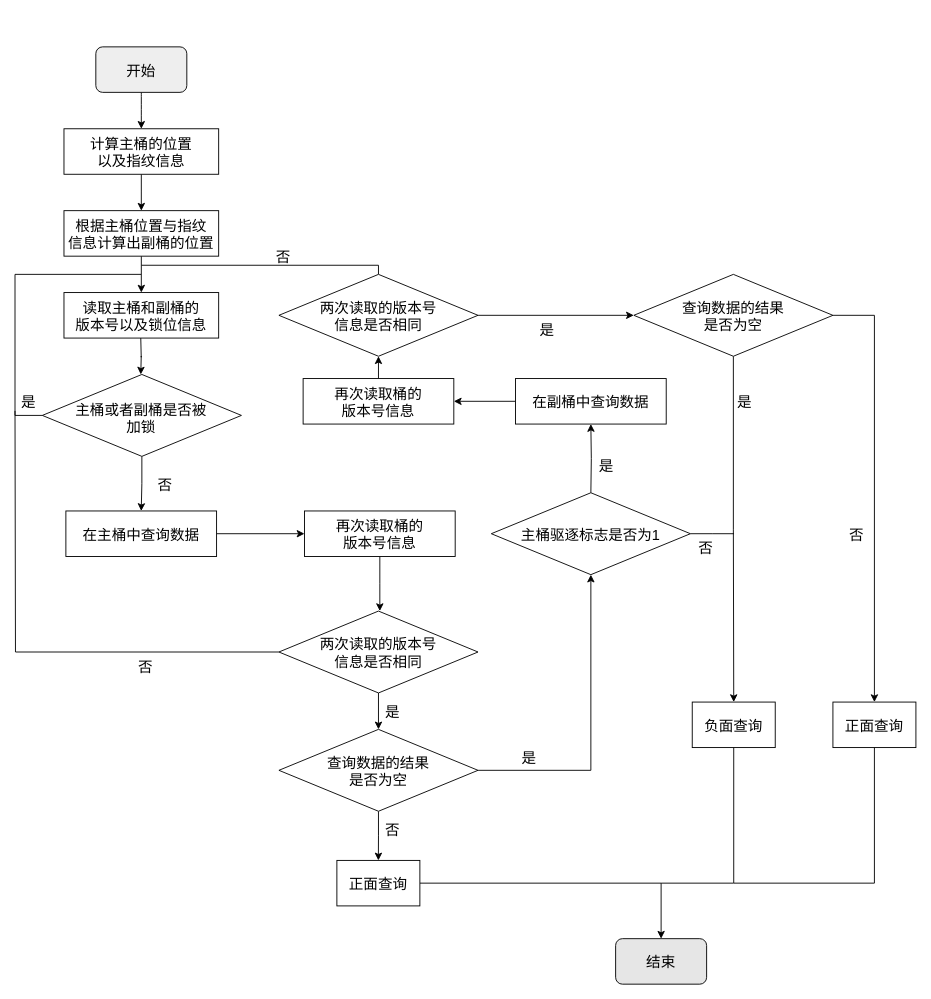
Earlier version of the draw.io diagram page "读取操作流程图" (15 of 25) of 毕业论文.drawio (HustDsy/Picture). Source tidied: cells renumbered, new cells numbered last; positions are measured from the earlier drawing's top-left corner, leaving out a move shared by most shapes. Both pictures are drawn from the tidied source at 91%, with x=0, y=0 at pixel (15, 46).
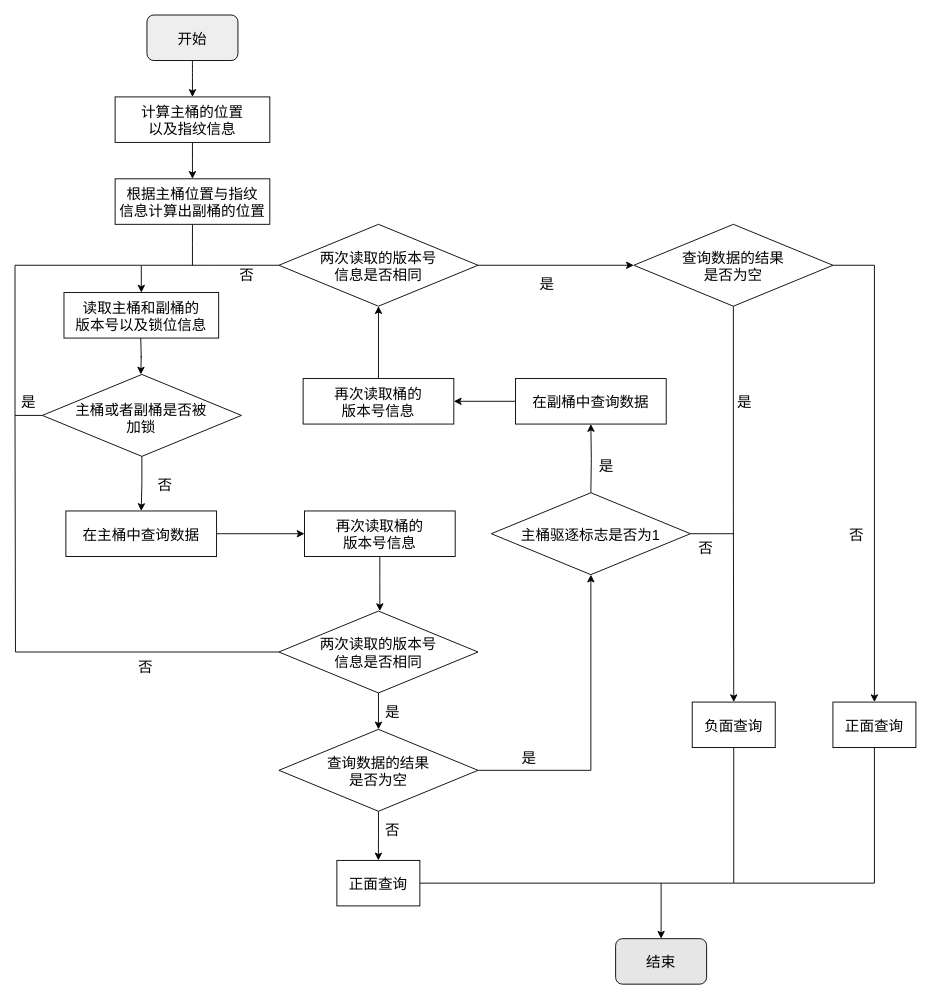
Above is the later version.

Unchanged cells that the change refers to:
```xml
<mxCell id="8" value="读取主桶和副桶的&#10;版本号以及锁位信息" style="rounded=0;comic=0;fontFamily=宋体;fontSize=16;fontColor=default;strokeColor=#000000;strokeWidth=1;fillColor=#FFFFFF;" parent="1" vertex="1">
  <mxGeometry x="53.8" y="270" width="170" height="50" as="geometry" />
</mxCell>
<mxCell id="12" style="strokeWidth=1;shape=mxgraph.flowchart.decision;comic=0;fontFamily=宋体;fontSize=16;fontColor=default;fillColor=#FFFFFF;" parent="1" vertex="1">
  <mxGeometry x="30" y="360" width="218.8" height="90" as="geometry" />
</mxCell>
<mxCell id="19" value="两次读取的版本号&#10;信息是否相同" style="strokeWidth=1;shape=mxgraph.flowchart.decision;comic=0;fontFamily=宋体;fontSize=16;fontColor=default;fillColor=#FFFFFF;" parent="1" vertex="1">
  <mxGeometry x="290" y="620" width="218.8" height="90" as="geometry" />
</mxCell>
```

The edit, as a diff of the source:
```diff
@@
     <mxCell id="3" value="开始" style="rounded=1;comic=0;fontFamily=宋体;fontSize=16;strokeWidth=1;fillColor=#eeeeee;strokeColor=#000000;" parent="1" vertex="1">
-      <mxGeometry x="88.8" width="100" height="50" as="geometry" />
+      <mxGeometry x="145" y="-35" width="100" height="50" as="geometry" />
     </mxCell>
     <mxCell id="4" style="edgeStyle=orthogonalEdgeStyle;curved=1;rounded=0;jettySize=auto;exitX=0.5;exitY=1;exitDx=0;exitDy=0;fontFamily=宋体;fontSize=16;fontColor=default;strokeWidth=1;" parent="1" edge="1" source="5">
       <mxGeometry relative="1" as="geometry">
-        <mxPoint x="138.8" y="180" as="targetPoint" />
+        <mxPoint x="195" y="145" as="targetPoint" />
       </mxGeometry>
     </mxCell>
     <mxCell id="5" value="计算主桶的位置&#10;以及指纹信息" style="rounded=0;comic=0;fontFamily=宋体;fontSize=16;fontColor=default;strokeColor=#000000;strokeWidth=1;fillColor=#FFFFFF;" parent="1" vertex="1">
-      <mxGeometry x="53.8" y="90" width="170" height="50" as="geometry" />
+      <mxGeometry x="110" y="55" width="170" height="50" as="geometry" />
     </mxCell>
-    <mxCell id="6" style="edgeStyle=orthogonalEdgeStyle;rounded=0;jettySize=auto;exitX=0.5;exitY=1;exitDx=0;exitDy=0;fontFamily=宋体;fontSize=16;fontColor=default;strokeWidth=1;" parent="1" edge="1" source="7">
-      <mxGeometry relative="1" as="geometry">
-        <mxPoint x="138.8" y="270" as="targetPoint" />
-      </mxGeometry>
-    </mxCell>
+    <mxCell id="56" style="edgeStyle=orthogonalEdgeStyle;rounded=0;jettySize=auto;html=1;exitX=0.5;exitY=1;exitDx=0;exitDy=0;endArrow=none;endFill=0;" parent="1" edge="1" source="7">
+      <mxGeometry relative="1" as="geometry">
+        <mxPoint x="195" y="240" as="targetPoint" />
+      </mxGeometry>
+    </mxCell>
     <mxCell id="7" value="根据主桶位置与指纹&#10;信息计算出副桶的位置" style="rounded=0;comic=0;fontFamily=宋体;fontSize=16;fontColor=default;strokeColor=#000000;strokeWidth=1;fillColor=#FFFFFF;" parent="1" vertex="1">
-      <mxGeometry x="53.8" y="180" width="170" height="50" as="geometry" />
+      <mxGeometry x="110" y="145" width="170" height="50" as="geometry" />
     </mxCell>
@@
-    <mxCell id="10" style="edgeStyle=orthogonalEdgeStyle;rounded=0;jettySize=auto;exitX=0;exitY=0.5;exitDx=0;exitDy=0;exitPerimeter=0;fontFamily=宋体;fontSize=16;fontColor=default;endArrow=none;endFill=0;strokeWidth=1;" parent="1" edge="1" source="12">
+    <mxCell id="10" style="edgeStyle=orthogonalEdgeStyle;rounded=0;jettySize=auto;exitX=0;exitY=0.5;exitDx=0;exitDy=0;exitPerimeter=0;fontFamily=宋体;fontSize=16;fontColor=default;endArrow=classic;endFill=1;strokeWidth=1;entryX=0.5;entryY=0;entryDx=0;entryDy=0;" parent="1" edge="1" source="12" target="8">
       <mxGeometry relative="1" as="geometry">
-        <mxPoint x="139" y="250" as="targetPoint" />
         <Array as="points">
           <mxPoint y="405" />
-          <mxPoint y="250" />
+          <mxPoint y="240" />
+          <mxPoint x="139" y="240" />
         </Array>
       </mxGeometry>
     </mxCell>
@@
     <mxCell id="17" style="edgeStyle=orthogonalEdgeStyle;rounded=0;jettySize=auto;exitX=0;exitY=0.5;exitDx=0;exitDy=0;exitPerimeter=0;fontFamily=宋体;fontSize=16;fontColor=default;endArrow=none;endFill=0;strokeWidth=1;" parent="1" edge="1" source="19">
       <mxGeometry relative="1" as="geometry">
-        <mxPoint y="400" as="targetPoint" />
+        <mxPoint y="405" as="targetPoint" />
       </mxGeometry>
     </mxCell>
@@
-    <mxCell id="31" style="edgeStyle=orthogonalEdgeStyle;rounded=0;jettySize=auto;html=1;exitX=0.5;exitY=0;exitDx=0;exitDy=0;exitPerimeter=0;fontSize=16;endArrow=none;endFill=0;" parent="1" edge="1" source="32">
-      <mxGeometry relative="1" as="geometry">
-        <mxPoint x="139" y="240" as="targetPoint" />
-        <Array as="points">
-          <mxPoint x="399" y="240" />
-        </Array>
-      </mxGeometry>
-    </mxCell>
+    <mxCell id="57" style="edgeStyle=orthogonalEdgeStyle;rounded=0;jettySize=auto;html=1;exitX=0;exitY=0.5;exitDx=0;exitDy=0;exitPerimeter=0;endArrow=none;endFill=0;" parent="1" edge="1" source="32">
+      <mxGeometry relative="1" as="geometry">
+        <mxPoint x="139" y="240" as="targetPoint" />
+      </mxGeometry>
+    </mxCell>
     <mxCell id="32" value="两次读取的版本号&#10;信息是否相同" style="strokeWidth=1;shape=mxgraph.flowchart.decision;comic=0;fontFamily=宋体;fontSize=16;fontColor=default;fillColor=#FFFFFF;" parent="1" vertex="1">
-      <mxGeometry x="290" y="250" width="218.8" height="90" as="geometry" />
+      <mxGeometry x="290" y="195" width="218.8" height="90" as="geometry" />
     </mxCell>
@@
-    <mxCell id="34" value="否" style="text;align=center;verticalAlign=middle;strokeColor=none;fillColor=none;fontSize=16;fontFamily=宋体;fontColor=default;strokeWidth=1;" parent="1" vertex="1">
-      <mxGeometry x="280" y="220" width="30" height="20" as="geometry" />
-    </mxCell>
@@
     <mxCell id="37" value="查询数据的结果&#10;是否为空" style="strokeWidth=1;shape=mxgraph.flowchart.decision;comic=0;fontFamily=宋体;fontSize=16;fontColor=default;fillColor=#FFFFFF;" parent="1" vertex="1">
-      <mxGeometry x="680" y="250" width="218.8" height="90" as="geometry" />
+      <mxGeometry x="680" y="195" width="218.8" height="90" as="geometry" />
     </mxCell>
     <mxCell id="38" value="是" style="text;align=center;verticalAlign=middle;strokeColor=none;fillColor=none;fontSize=16;fontFamily=宋体;fontColor=default;strokeWidth=1;" parent="1" vertex="1">
-      <mxGeometry x="570" y="300" width="30" height="20" as="geometry" />
+      <mxGeometry x="570" y="250" width="30" height="20" as="geometry" />
     </mxCell>
@@
+    <mxCell id="34" value="否" style="text;align=center;verticalAlign=middle;strokeColor=none;fillColor=none;fontSize=16;fontFamily=宋体;fontColor=default;strokeWidth=1;" parent="1" vertex="1">
+      <mxGeometry x="240" y="240" width="30" height="20" as="geometry" />
+    </mxCell>
```
